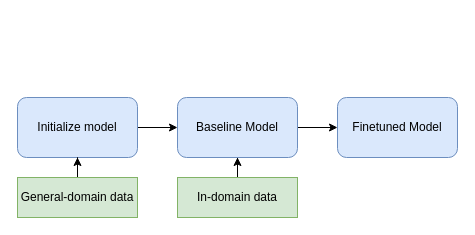
Before: finetune.drawio in babangain/drawio, a draw.io diagram. Source tidied: cells renumbered, new cells numbered last; positions are measured from the earlier drawing's top-left corner, leaving out a move shared by most shapes. Both pictures are drawn from the tidied source at 100%, with x=0, y=0 at pixel (17, 97).
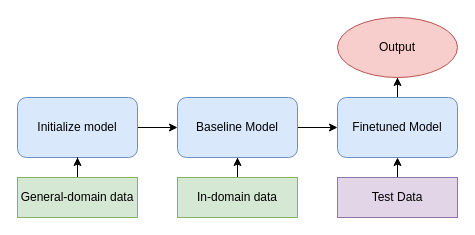
Above is the later version.

What changed in the source:
```diff
@@
 <mxGraphModel>
   <root>
     <mxCell id="0" />
     <mxCell id="1" parent="0" />
     <mxCell id="2" style="edgeStyle=orthogonalEdgeStyle;rounded=0;jettySize=auto;html=1;" parent="1" edge="1" source="3" target="9">
       <mxGeometry relative="1" as="geometry" />
     </mxCell>
     <mxCell id="3" value="Initialize model" style="rounded=1;whiteSpace=wrap;html=1;fillColor=#dae8fc;strokeColor=#6c8ebf;" parent="1" vertex="1">
       <mxGeometry width="120" height="60" as="geometry" />
     </mxCell>
     <mxCell id="4" style="edgeStyle=orthogonalEdgeStyle;rounded=0;jettySize=auto;html=1;" parent="1" edge="1" source="5" target="3">
       <mxGeometry relative="1" as="geometry" />
     </mxCell>
     <mxCell id="5" value="General-domain data" style="rounded=0;whiteSpace=wrap;html=1;fillColor=#d5e8d4;strokeColor=#82b366;" parent="1" vertex="1">
       <mxGeometry y="80" width="120" height="40" as="geometry" />
     </mxCell>
     <mxCell id="6" style="edgeStyle=orthogonalEdgeStyle;rounded=0;jettySize=auto;html=1;" parent="1" edge="1" source="7" target="9">
       <mxGeometry relative="1" as="geometry" />
     </mxCell>
     <mxCell id="7" value="In-domain data" style="rounded=0;whiteSpace=wrap;html=1;fillColor=#d5e8d4;strokeColor=#82b366;" parent="1" vertex="1">
       <mxGeometry x="160" y="80" width="120" height="40" as="geometry" />
     </mxCell>
     <mxCell id="8" style="edgeStyle=orthogonalEdgeStyle;rounded=0;jettySize=auto;html=1;" parent="1" edge="1" source="9" target="10">
       <mxGeometry relative="1" as="geometry" />
     </mxCell>
     <mxCell id="9" value="Baseline Model" style="rounded=1;whiteSpace=wrap;html=1;fillColor=#dae8fc;strokeColor=#6c8ebf;" parent="1" vertex="1">
       <mxGeometry x="160" width="120" height="60" as="geometry" />
     </mxCell>
+    <mxCell id="11" style="edgeStyle=orthogonalEdgeStyle;rounded=0;jettySize=auto;html=1;" parent="1" edge="1" source="10" target="14">
+      <mxGeometry relative="1" as="geometry" />
+    </mxCell>
     <mxCell id="10" value="Finetuned Model" style="whiteSpace=wrap;html=1;fillColor=#dae8fc;strokeColor=#6c8ebf;rounded=1;" parent="1" vertex="1">
       <mxGeometry x="320" width="120" height="60" as="geometry" />
     </mxCell>
+    <mxCell id="12" style="edgeStyle=orthogonalEdgeStyle;rounded=0;jettySize=auto;html=1;" parent="1" edge="1" source="13">
+      <mxGeometry relative="1" as="geometry">
+        <mxPoint x="380" y="60" as="targetPoint" />
+      </mxGeometry>
+    </mxCell>
+    <mxCell id="13" value="Test Data" style="rounded=0;whiteSpace=wrap;html=1;fillColor=#e1d5e7;strokeColor=#9673a6;" parent="1" vertex="1">
+      <mxGeometry x="320" y="80" width="120" height="40" as="geometry" />
+    </mxCell>
+    <mxCell id="14" value="Output" style="ellipse;whiteSpace=wrap;html=1;fillColor=#f8cecc;strokeColor=#b85450;rounded=1;" parent="1" vertex="1">
+      <mxGeometry x="320" y="-80" width="120" height="60" as="geometry" />
+    </mxCell>
   </root>
 </mxGraphModel>
```
